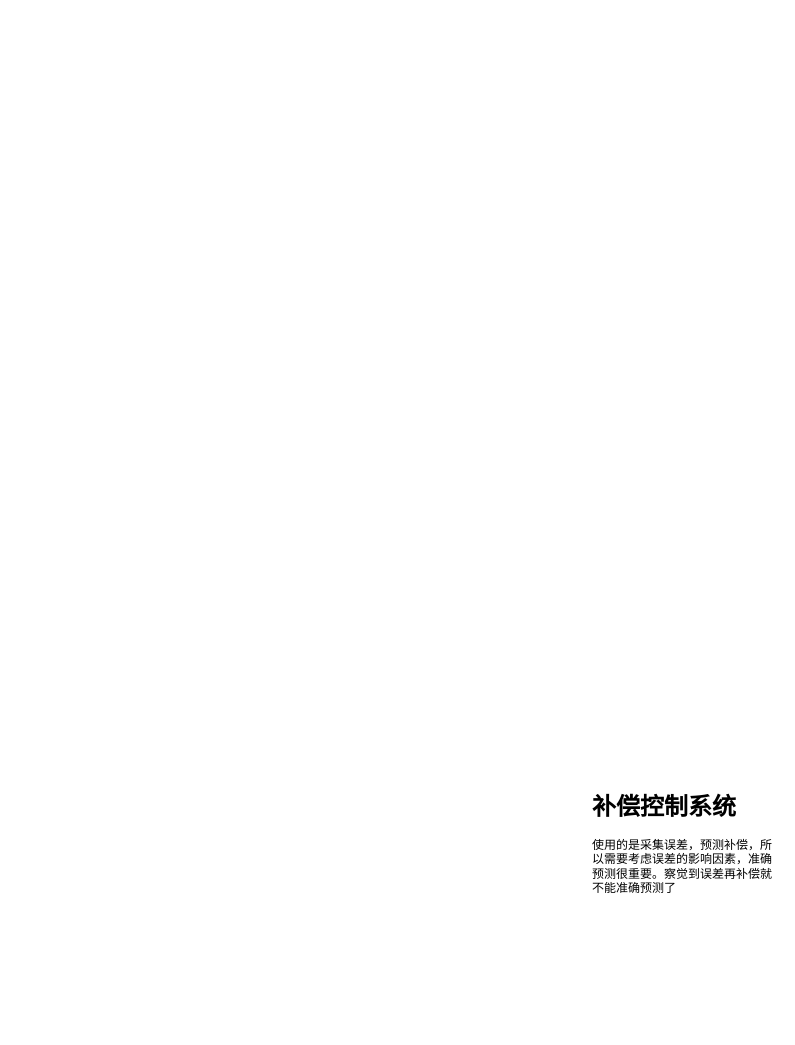
Earlier version of the draw.io diagram 补偿控制系统.drawio (wjaswdd/draw.io). Source tidied: cells renumbered, new cells numbered last; positions are measured from the earlier drawing's top-left corner, leaving out a move shared by most shapes. Both pictures are drawn from the tidied source at 100%, with x=0, y=0 at pixel (587, 787).
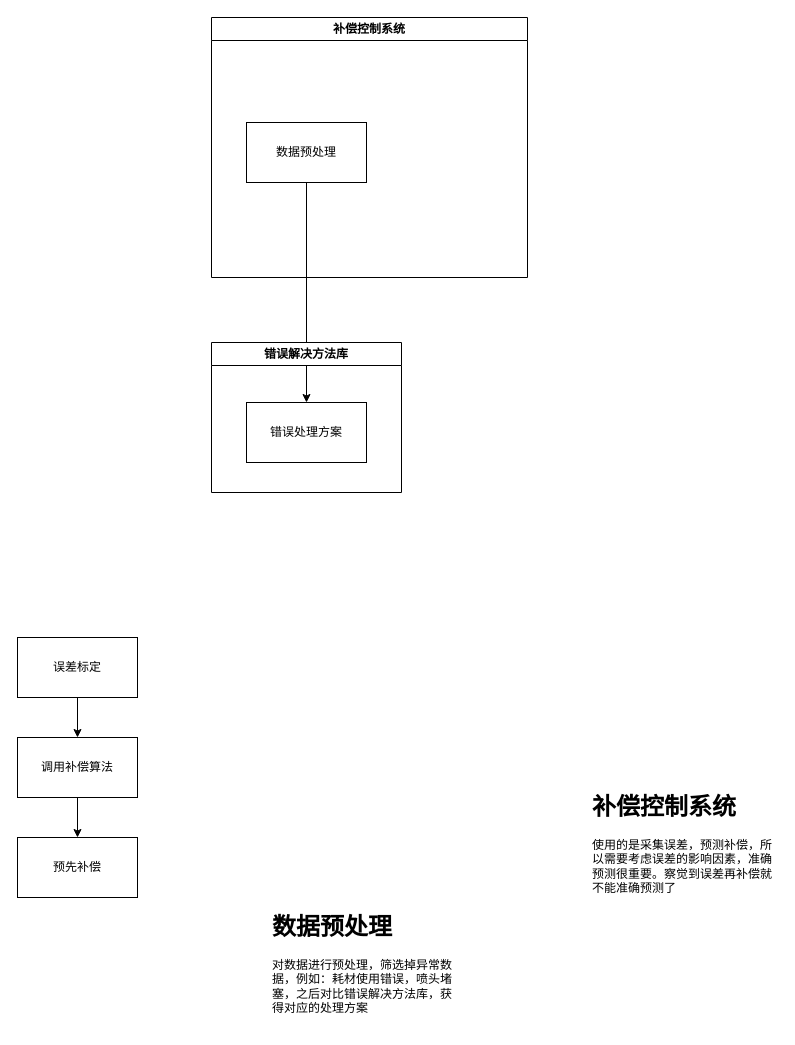
Above is the later version.

Commit message (it also covers changes not shown here):
更新补偿控制系统.drawio

The edit, as a diff of the source:
```diff
@@
 <mxGraphModel>
   <root>
     <mxCell id="0" />
     <mxCell id="1" parent="0" />
     <mxCell id="2" value="&lt;h1&gt;补偿控制系统&lt;/h1&gt;&lt;div&gt;使用的是采集误差，预测补偿，所以需要考虑误差的影响因素，准确预测很重要。察觉到误差再补偿就不能准确预测了&lt;/div&gt;" style="text;html=1;strokeColor=none;fillColor=none;spacing=5;spacingTop=-20;whiteSpace=wrap;overflow=hidden;rounded=0;" parent="1" vertex="1">
       <mxGeometry width="190" height="120" as="geometry" />
     </mxCell>
+    <mxCell id="3" value="补偿控制系统" style="swimlane;whiteSpace=wrap;html=1;" parent="1" vertex="1">
+      <mxGeometry x="-376" y="-770" width="316" height="260" as="geometry" />
+    </mxCell>
+    <mxCell id="4" value="数据预处理" style="rounded=0;whiteSpace=wrap;html=1;" parent="3" vertex="1">
+      <mxGeometry x="35" y="105" width="120" height="60" as="geometry" />
+    </mxCell>
+    <mxCell id="5" value="&lt;h1&gt;数据预处理&lt;/h1&gt;&lt;div&gt;对数据进行预处理，筛选掉异常数据，例如：耗材使用错误，喷头堵塞，之后对比错误解决方法库，获得对应的处理方案&lt;/div&gt;" style="text;html=1;strokeColor=none;fillColor=none;spacing=5;spacingTop=-20;whiteSpace=wrap;overflow=hidden;rounded=0;" parent="1" vertex="1">
+      <mxGeometry x="-320" y="120" width="190" height="120" as="geometry" />
+    </mxCell>
+    <mxCell id="6" style="edgeStyle=orthogonalEdgeStyle;rounded=0;jettySize=auto;html=1;" parent="1" edge="1" source="4" target="8">
+      <mxGeometry relative="1" as="geometry" />
+    </mxCell>
+    <mxCell id="7" value="错误解决方法库" style="swimlane;whiteSpace=wrap;html=1;" parent="1" vertex="1">
+      <mxGeometry x="-376" y="-445" width="190" height="150" as="geometry" />
+    </mxCell>
+    <mxCell id="8" value="错误处理方案" style="rounded=0;whiteSpace=wrap;html=1;" parent="7" vertex="1">
+      <mxGeometry x="35" y="60" width="120" height="60" as="geometry" />
+    </mxCell>
+    <mxCell id="9" style="edgeStyle=orthogonalEdgeStyle;rounded=0;jettySize=auto;html=1;" parent="1" edge="1" source="10" target="13">
+      <mxGeometry relative="1" as="geometry" />
+    </mxCell>
+    <mxCell id="10" value="误差标定" style="rounded=0;whiteSpace=wrap;html=1;" parent="1" vertex="1">
+      <mxGeometry x="-570" y="-150" width="120" height="60" as="geometry" />
+    </mxCell>
+    <mxCell id="11" value="预先补偿" style="rounded=0;whiteSpace=wrap;html=1;" parent="1" vertex="1">
+      <mxGeometry x="-570" y="50" width="120" height="60" as="geometry" />
+    </mxCell>
+    <mxCell id="12" style="edgeStyle=orthogonalEdgeStyle;rounded=0;jettySize=auto;html=1;" parent="1" edge="1" source="13" target="11">
+      <mxGeometry relative="1" as="geometry" />
+    </mxCell>
+    <mxCell id="13" value="调用补偿算法" style="rounded=0;whiteSpace=wrap;html=1;" parent="1" vertex="1">
+      <mxGeometry x="-570" y="-50" width="120" height="60" as="geometry" />
+    </mxCell>
   </root>
 </mxGraphModel>
```
